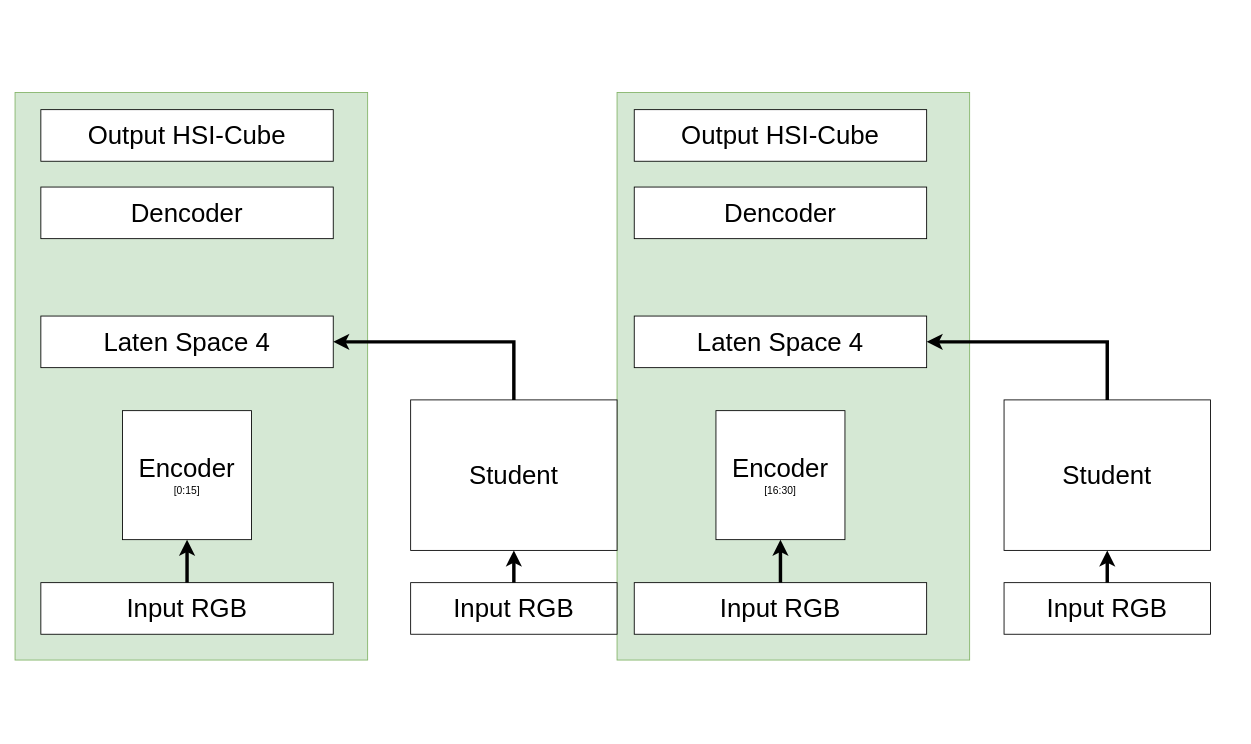
Above: LAB_TSM_v4_2.drawio in Kevb-source/diagramms.net (draw.io), before the change. Source tidied: cells renumbered, new cells numbered last; positions are measured from the earlier drawing's top-left corner, leaving out a move shared by most shapes. Both pictures are drawn from the tidied source at 86%, with x=0, y=0 at pixel (15, 92).
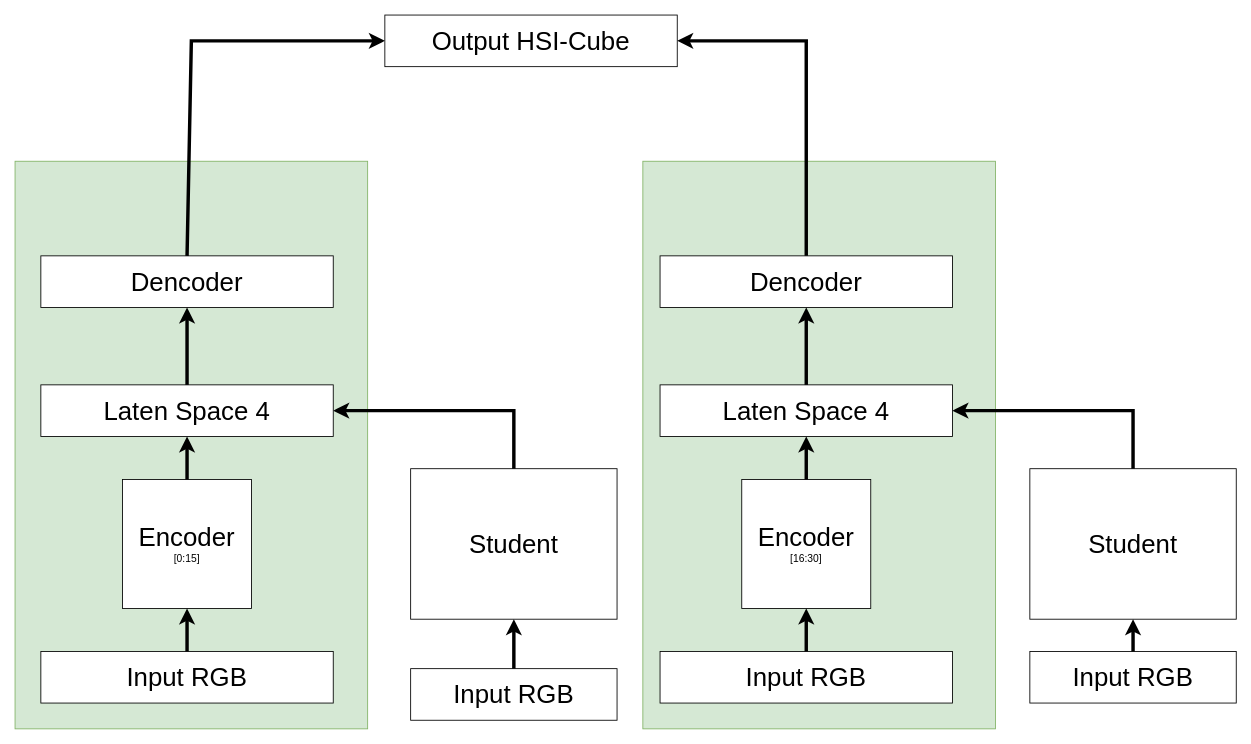
After the change.

What changed in the source:
```diff
@@
     <mxCell id="2" style="rounded=0;whiteSpace=wrap;html=1;fillColor=#d5e8d4;strokeColor=#82b366;" parent="1" vertex="1">
-      <mxGeometry x="700" width="410" height="660" as="geometry" />
+      <mxGeometry x="730" y="80" width="410" height="660" as="geometry" />
     </mxCell>
     <mxCell id="3" style="rounded=0;whiteSpace=wrap;html=1;fillColor=#d5e8d4;strokeColor=#82b366;" parent="1" vertex="1">
-      <mxGeometry width="410" height="660" as="geometry" />
+      <mxGeometry y="80" width="410" height="660" as="geometry" />
     </mxCell>
     <mxCell id="4" value="&lt;font style=&quot;font-size: 30px;&quot;&gt;Encoder&lt;/font&gt;&lt;br&gt;[0:15]" style="whiteSpace=wrap;html=1;" parent="1" vertex="1">
-      <mxGeometry x="125" y="370" width="150" height="150" as="geometry" />
+      <mxGeometry x="125" y="450" width="150" height="150" as="geometry" />
     </mxCell>
     <mxCell id="5" value="&lt;font style=&quot;font-size: 30px;&quot;&gt;Laten Space 4&lt;/font&gt;" style="rounded=0;whiteSpace=wrap;html=1;" parent="1" vertex="1">
-      <mxGeometry x="30" y="260" width="340" height="60" as="geometry" />
+      <mxGeometry x="30" y="340" width="340" height="60" as="geometry" />
     </mxCell>
     <mxCell id="6" value="&lt;font style=&quot;font-size: 30px;&quot;&gt;Dencoder&lt;/font&gt;" style="rounded=0;whiteSpace=wrap;html=1;" parent="1" vertex="1">
-      <mxGeometry x="30" y="110" width="340" height="60" as="geometry" />
+      <mxGeometry x="30" y="190" width="340" height="60" as="geometry" />
     </mxCell>
     <mxCell id="7" value="&lt;font style=&quot;font-size: 30px;&quot;&gt;Input RGB&lt;/font&gt;" style="rounded=0;whiteSpace=wrap;html=1;" parent="1" vertex="1">
-      <mxGeometry x="30" y="570" width="340" height="60" as="geometry" />
+      <mxGeometry x="30" y="650" width="340" height="60" as="geometry" />
     </mxCell>
     <mxCell id="8" value="&lt;font style=&quot;font-size: 30px;&quot;&gt;Output HSI-Cube&lt;/font&gt;" style="rounded=0;whiteSpace=wrap;html=1;" parent="1" vertex="1">
-      <mxGeometry x="30" y="20" width="340" height="60" as="geometry" />
+      <mxGeometry x="430" y="-90" width="340" height="60" as="geometry" />
     </mxCell>
     <mxCell id="9" value="&lt;font style=&quot;font-size: 30px;&quot;&gt;Student&lt;/font&gt;" style="rounded=0;whiteSpace=wrap;html=1;" parent="1" vertex="1">
-      <mxGeometry x="460" y="357.5" width="240" height="175" as="geometry" />
+      <mxGeometry x="460" y="437.5" width="240" height="175" as="geometry" />
     </mxCell>
     <mxCell id="10" value="&lt;font style=&quot;font-size: 30px;&quot;&gt;Input RGB&lt;/font&gt;" style="rounded=0;whiteSpace=wrap;html=1;" parent="1" vertex="1">
-      <mxGeometry x="460" y="570" width="240" height="60" as="geometry" />
+      <mxGeometry x="460" y="670" width="240" height="60" as="geometry" />
     </mxCell>
     <mxCell id="11" style="endArrow=classic;html=1;rounded=0;entryX=1;entryY=0.5;entryDx=0;entryDy=0;exitX=0.5;exitY=0;exitDx=0;exitDy=0;strokeWidth=4;" parent="1" edge="1" source="9" target="5">
       <mxGeometry relative="1" as="geometry">
         <Array as="points">
-          <mxPoint x="580" y="290" />
+          <mxPoint x="580" y="370" />
         </Array>
       </mxGeometry>
     </mxCell>
@@
     <mxCell id="14" value="&lt;font style=&quot;font-size: 30px;&quot;&gt;Laten Space 4&lt;/font&gt;" style="rounded=0;whiteSpace=wrap;html=1;" parent="1" vertex="1">
-      <mxGeometry x="720" y="260" width="340" height="60" as="geometry" />
+      <mxGeometry x="750" y="340" width="340" height="60" as="geometry" />
     </mxCell>
     <mxCell id="15" value="&lt;font style=&quot;font-size: 30px;&quot;&gt;Dencoder&lt;/font&gt;" style="rounded=0;whiteSpace=wrap;html=1;" parent="1" vertex="1">
-      <mxGeometry x="720" y="110" width="340" height="60" as="geometry" />
+      <mxGeometry x="750" y="190" width="340" height="60" as="geometry" />
     </mxCell>
     <mxCell id="16" value="&lt;font style=&quot;font-size: 30px;&quot;&gt;Input RGB&lt;/font&gt;" style="rounded=0;whiteSpace=wrap;html=1;" parent="1" vertex="1">
-      <mxGeometry x="720" y="570" width="340" height="60" as="geometry" />
+      <mxGeometry x="750" y="650" width="340" height="60" as="geometry" />
     </mxCell>
-    <mxCell id="17" value="&lt;font style=&quot;font-size: 30px;&quot;&gt;Output HSI-Cube&lt;/font&gt;" style="rounded=0;whiteSpace=wrap;html=1;" parent="1" vertex="1">
-      <mxGeometry x="720" y="20" width="340" height="60" as="geometry" />
-    </mxCell>
     <mxCell id="18" value="&lt;font style=&quot;font-size: 30px;&quot;&gt;Student&lt;/font&gt;" style="rounded=0;whiteSpace=wrap;html=1;" parent="1" vertex="1">
-      <mxGeometry x="1150" y="357.5" width="240" height="175" as="geometry" />
+      <mxGeometry x="1180" y="437.5" width="240" height="175" as="geometry" />
     </mxCell>
     <mxCell id="19" value="&lt;font style=&quot;font-size: 30px;&quot;&gt;Input RGB&lt;/font&gt;" style="rounded=0;whiteSpace=wrap;html=1;" parent="1" vertex="1">
-      <mxGeometry x="1150" y="570" width="240" height="60" as="geometry" />
+      <mxGeometry x="1180" y="650" width="240" height="60" as="geometry" />
     </mxCell>
     <mxCell id="20" style="endArrow=classic;html=1;rounded=0;entryX=1;entryY=0.5;entryDx=0;entryDy=0;exitX=0.5;exitY=0;exitDx=0;exitDy=0;strokeWidth=4;" parent="1" edge="1" source="18" target="14">
       <mxGeometry relative="1" as="geometry">
         <Array as="points">
-          <mxPoint x="1270" y="290" />
+          <mxPoint x="1300" y="370" />
         </Array>
       </mxGeometry>
     </mxCell>
@@
     <mxCell id="22" value="&lt;font style=&quot;font-size: 30px;&quot;&gt;Encoder&lt;/font&gt;&lt;br&gt;[16:30]" style="whiteSpace=wrap;html=1;" parent="1" vertex="1">
-      <mxGeometry x="815" y="370" width="150" height="150" as="geometry" />
+      <mxGeometry x="845" y="450" width="150" height="150" as="geometry" />
     </mxCell>
@@
+    <mxCell id="24" style="endArrow=classic;html=1;rounded=0;exitX=0.5;exitY=0;exitDx=0;exitDy=0;entryX=0;entryY=0.5;entryDx=0;entryDy=0;strokeWidth=4;" parent="1" edge="1" source="6" target="8">
+      <mxGeometry relative="1" as="geometry">
+        <Array as="points">
+          <mxPoint x="205" y="-60" />
+        </Array>
+      </mxGeometry>
+    </mxCell>
+    <mxCell id="25" style="endArrow=classic;html=1;rounded=0;exitX=0.5;exitY=0;exitDx=0;exitDy=0;entryX=1;entryY=0.5;entryDx=0;entryDy=0;strokeWidth=4;" parent="1" edge="1" source="15" target="8">
+      <mxGeometry relative="1" as="geometry">
+        <Array as="points">
+          <mxPoint x="920" y="-60" />
+        </Array>
+      </mxGeometry>
+    </mxCell>
+    <mxCell id="26" style="endArrow=classic;html=1;rounded=0;strokeWidth=4;exitX=0.5;exitY=0;exitDx=0;exitDy=0;entryX=0.5;entryY=1;entryDx=0;entryDy=0;" parent="1" edge="1" source="4" target="5">
+      <mxGeometry relative="1" as="geometry" />
+    </mxCell>
+    <mxCell id="27" style="endArrow=classic;html=1;rounded=0;strokeWidth=4;exitX=0.5;exitY=0;exitDx=0;exitDy=0;entryX=0.5;entryY=1;entryDx=0;entryDy=0;" parent="1" edge="1" source="5" target="6">
+      <mxGeometry relative="1" as="geometry" />
+    </mxCell>
+    <mxCell id="28" style="endArrow=classic;html=1;rounded=0;strokeWidth=4;exitX=0.5;exitY=0;exitDx=0;exitDy=0;entryX=0.5;entryY=1;entryDx=0;entryDy=0;" parent="1" edge="1" source="22" target="14">
+      <mxGeometry relative="1" as="geometry" />
+    </mxCell>
+    <mxCell id="29" style="endArrow=classic;html=1;rounded=0;strokeWidth=4;exitX=0.5;exitY=0;exitDx=0;exitDy=0;entryX=0.5;entryY=1;entryDx=0;entryDy=0;" parent="1" edge="1" source="14" target="15">
+      <mxGeometry relative="1" as="geometry" />
+    </mxCell>
```
